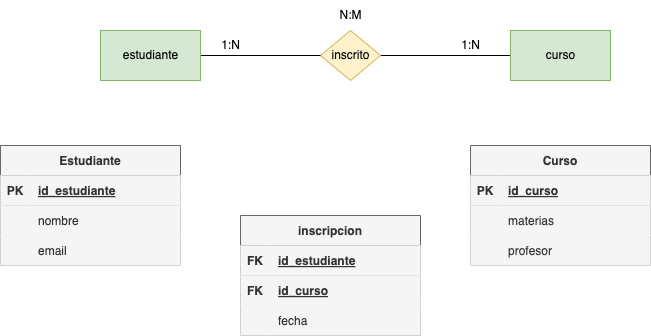
deylansystem/actividadesBAE keeps this draw.io diagram as tareas/tarea-3/images/ejercicio21.drawio.png. Above is the earlier version. Source tidied: cells renumbered, new cells last; positions are measured from the earlier drawing's top-left corner, leaving out a move shared by most shapes. Its diagram source:
```xml
<mxGraphModel>
  <root>
    <mxCell id="0" />
    <mxCell id="1" parent="0" />
    <mxCell id="2" value="1:N" style="text;html=1;align=center;verticalAlign=middle;strokeColor=none;fillColor=none;" parent="1" vertex="1">
      <mxGeometry x="210" y="30" width="40" height="30" as="geometry" />
    </mxCell>
    <mxCell id="3" value="1:N" style="text;html=1;align=center;verticalAlign=middle;strokeColor=none;fillColor=none;" parent="1" vertex="1">
      <mxGeometry x="450" y="30" width="40" height="30" as="geometry" />
    </mxCell>
    <mxCell id="4" style="edgeStyle=none;html=1;exitX=1;exitY=0.5;exitDx=0;exitDy=0;entryX=0;entryY=0.5;entryDx=0;entryDy=0;endArrow=none;endFill=0;" parent="1" edge="1" source="5" target="9">
      <mxGeometry relative="1" as="geometry" />
    </mxCell>
    <mxCell id="5" value="inscrito" style="shape=rhombus;html=1;dashed=0;whitespace=wrap;perimeter=rhombusPerimeter;fillColor=#fff2cc;strokeColor=#d6b656;fontColor=#050505;" parent="1" vertex="1">
      <mxGeometry x="320" y="30" width="60" height="50" as="geometry" />
    </mxCell>
    <mxCell id="6" value="N:M" style="text;html=1;align=center;verticalAlign=middle;strokeColor=none;fillColor=none;" parent="1" vertex="1">
      <mxGeometry x="325" width="50" height="30" as="geometry" />
    </mxCell>
    <mxCell id="7" style="edgeStyle=none;html=1;exitX=1;exitY=0.5;exitDx=0;exitDy=0;entryX=0;entryY=0.5;entryDx=0;entryDy=0;endArrow=none;endFill=0;" parent="1" edge="1" source="8" target="5">
      <mxGeometry relative="1" as="geometry" />
    </mxCell>
    <mxCell id="8" value="estudiante" style="html=1;dashed=0;whitespace=wrap;fillColor=#d5e8d4;strokeColor=#82b366;fontColor=#050505;" parent="1" vertex="1">
      <mxGeometry x="100" y="30" width="100" height="50" as="geometry" />
    </mxCell>
    <mxCell id="9" value="curso" style="html=1;dashed=0;whitespace=wrap;fillColor=#d5e8d4;strokeColor=#82b366;fontColor=#050505;" parent="1" vertex="1">
      <mxGeometry x="510" y="30" width="100" height="50" as="geometry" />
    </mxCell>
    <mxCell id="10" value="Estudiante" style="shape=table;startSize=30;rowLines=0;fontStyle=1;align=center;fontColor=#333333;labelBackgroundColor=none;fillColor=#f5f5f5;strokeColor=#666666;" parent="1" vertex="1">
      <mxGeometry y="145" width="180" height="120" as="geometry" />
    </mxCell>
    <mxCell id="11" style="shape=tableRow;horizontal=0;startSize=0;swimlaneHead=0;swimlaneBody=0;fillColor=#f5f5f5;points=[[0,0.5],[1,0.5]];portConstraint=eastwest;top=0;left=0;right=0;bottom=1;fontColor=#333333;labelBackgroundColor=none;strokeColor=#666666;" parent="10" vertex="1">
      <mxGeometry y="30" width="180" height="30" as="geometry" />
    </mxCell>
    <mxCell id="12" value="PK" style="shape=partialRectangle;fillColor=#f5f5f5;top=0;left=0;bottom=0;right=0;fontStyle=1;overflow=hidden;fontColor=#333333;labelBackgroundColor=none;strokeColor=#666666;" parent="11" vertex="1">
      <mxGeometry width="30" height="30" as="geometry" />
    </mxCell>
    <mxCell id="13" value="id_estudiante" style="shape=partialRectangle;fillColor=#f5f5f5;top=0;left=0;bottom=0;right=0;align=left;spacingLeft=6;fontStyle=5;overflow=hidden;fontColor=#333333;labelBackgroundColor=none;strokeColor=#666666;" parent="11" vertex="1">
      <mxGeometry x="30" width="150" height="30" as="geometry" />
    </mxCell>
    <mxCell id="14" style="shape=tableRow;horizontal=0;startSize=0;swimlaneHead=0;swimlaneBody=0;fillColor=#f5f5f5;top=0;left=0;right=0;bottom=0;fontColor=#333333;labelBackgroundColor=none;strokeColor=#666666;" parent="10" vertex="1">
      <mxGeometry y="60" width="180" height="30" as="geometry" />
    </mxCell>
    <mxCell id="15" style="shape=partialRectangle;fillColor=#f5f5f5;top=0;left=0;bottom=0;right=0;overflow=hidden;fontColor=#333333;labelBackgroundColor=none;strokeColor=#666666;" parent="14" vertex="1">
      <mxGeometry width="30" height="30" as="geometry" />
    </mxCell>
    <mxCell id="16" value="nombre" style="shape=partialRectangle;fillColor=#f5f5f5;top=0;left=0;bottom=0;right=0;align=left;spacingLeft=6;overflow=hidden;fontColor=#333333;labelBackgroundColor=none;strokeColor=#666666;" parent="14" vertex="1">
      <mxGeometry x="30" width="150" height="30" as="geometry" />
    </mxCell>
    <mxCell id="17" style="shape=tableRow;horizontal=0;startSize=0;swimlaneHead=0;swimlaneBody=0;fillColor=#f5f5f5;top=0;left=0;right=0;bottom=0;fontColor=#333333;labelBackgroundColor=none;strokeColor=#666666;" parent="10" vertex="1">
      <mxGeometry y="90" width="180" height="30" as="geometry" />
    </mxCell>
    <mxCell id="18" style="shape=partialRectangle;fillColor=#f5f5f5;top=0;left=0;bottom=0;right=0;overflow=hidden;fontColor=#333333;labelBackgroundColor=none;strokeColor=#666666;" parent="17" vertex="1">
      <mxGeometry width="30" height="30" as="geometry" />
    </mxCell>
    <mxCell id="19" value="email" style="shape=partialRectangle;fillColor=#f5f5f5;top=0;left=0;bottom=0;right=0;align=left;spacingLeft=6;overflow=hidden;fontColor=#333333;labelBackgroundColor=none;strokeColor=#666666;" parent="17" vertex="1">
      <mxGeometry x="30" width="150" height="30" as="geometry" />
    </mxCell>
    <mxCell id="20" value="Curso" style="shape=table;startSize=30;rowLines=0;fontStyle=1;align=center;fontColor=#333333;labelBackgroundColor=none;fillColor=#f5f5f5;strokeColor=#666666;" parent="1" vertex="1">
      <mxGeometry x="470" y="145" width="180" height="120" as="geometry" />
    </mxCell>
    <mxCell id="21" style="shape=tableRow;horizontal=0;startSize=0;swimlaneHead=0;swimlaneBody=0;fillColor=#f5f5f5;points=[[0,0.5],[1,0.5]];portConstraint=eastwest;top=0;left=0;right=0;bottom=1;fontColor=#333333;labelBackgroundColor=none;strokeColor=#666666;" parent="20" vertex="1">
      <mxGeometry y="30" width="180" height="30" as="geometry" />
    </mxCell>
    <mxCell id="22" value="PK" style="shape=partialRectangle;fillColor=#f5f5f5;top=0;left=0;bottom=0;right=0;fontStyle=1;overflow=hidden;fontColor=#333333;labelBackgroundColor=none;strokeColor=#666666;" parent="21" vertex="1">
      <mxGeometry width="30" height="30" as="geometry" />
    </mxCell>
    <mxCell id="23" value="id_curso" style="shape=partialRectangle;fillColor=#f5f5f5;top=0;left=0;bottom=0;right=0;align=left;spacingLeft=6;fontStyle=5;overflow=hidden;fontColor=#333333;labelBackgroundColor=none;strokeColor=#666666;" parent="21" vertex="1">
      <mxGeometry x="30" width="150" height="30" as="geometry" />
    </mxCell>
    <mxCell id="24" style="shape=tableRow;horizontal=0;startSize=0;swimlaneHead=0;swimlaneBody=0;fillColor=#f5f5f5;top=0;left=0;right=0;bottom=0;fontColor=#333333;labelBackgroundColor=none;strokeColor=#666666;" parent="20" vertex="1">
      <mxGeometry y="60" width="180" height="30" as="geometry" />
    </mxCell>
    <mxCell id="25" style="shape=partialRectangle;fillColor=#f5f5f5;top=0;left=0;bottom=0;right=0;overflow=hidden;fontColor=#333333;labelBackgroundColor=none;strokeColor=#666666;" parent="24" vertex="1">
      <mxGeometry width="30" height="30" as="geometry" />
    </mxCell>
    <mxCell id="26" value="materias" style="shape=partialRectangle;fillColor=#f5f5f5;top=0;left=0;bottom=0;right=0;align=left;spacingLeft=6;overflow=hidden;fontColor=#333333;labelBackgroundColor=none;strokeColor=#666666;" parent="24" vertex="1">
      <mxGeometry x="30" width="150" height="30" as="geometry" />
    </mxCell>
    <mxCell id="27" style="shape=tableRow;horizontal=0;startSize=0;swimlaneHead=0;swimlaneBody=0;fillColor=#f5f5f5;top=0;left=0;right=0;bottom=0;fontColor=#333333;labelBackgroundColor=none;strokeColor=#666666;" parent="20" vertex="1">
      <mxGeometry y="90" width="180" height="30" as="geometry" />
    </mxCell>
    <mxCell id="28" style="shape=partialRectangle;fillColor=#f5f5f5;top=0;left=0;bottom=0;right=0;overflow=hidden;fontColor=#333333;labelBackgroundColor=none;strokeColor=#666666;" parent="27" vertex="1">
      <mxGeometry width="30" height="30" as="geometry" />
    </mxCell>
    <mxCell id="29" value="profesor" style="shape=partialRectangle;fillColor=#f5f5f5;top=0;left=0;bottom=0;right=0;align=left;spacingLeft=6;overflow=hidden;fontColor=#333333;labelBackgroundColor=none;strokeColor=#666666;" parent="27" vertex="1">
      <mxGeometry x="30" width="150" height="30" as="geometry" />
    </mxCell>
    <mxCell id="30" value="inscripcion" style="shape=table;startSize=30;rowLines=0;fontStyle=1;align=center;fontColor=#333333;labelBackgroundColor=none;fillColor=#f5f5f5;strokeColor=#666666;" parent="1" vertex="1">
      <mxGeometry x="240" y="215" width="180" height="120" as="geometry" />
    </mxCell>
    <mxCell id="31" style="shape=tableRow;horizontal=0;startSize=0;swimlaneHead=0;swimlaneBody=0;fillColor=#f5f5f5;points=[[0,0.5],[1,0.5]];portConstraint=eastwest;top=0;left=0;right=0;bottom=1;fontColor=#333333;labelBackgroundColor=none;strokeColor=#666666;" parent="30" vertex="1">
      <mxGeometry y="30" width="180" height="30" as="geometry" />
    </mxCell>
    <mxCell id="32" value="FK" style="shape=partialRectangle;fillColor=#f5f5f5;top=0;left=0;bottom=0;right=0;fontStyle=1;overflow=hidden;fontColor=#333333;labelBackgroundColor=none;strokeColor=#666666;" parent="31" vertex="1">
      <mxGeometry width="30" height="30" as="geometry" />
    </mxCell>
    <mxCell id="33" value="id_estudiante" style="shape=partialRectangle;fillColor=#f5f5f5;top=0;left=0;bottom=0;right=0;align=left;spacingLeft=6;fontStyle=5;overflow=hidden;fontColor=#333333;labelBackgroundColor=none;strokeColor=#666666;" parent="31" vertex="1">
      <mxGeometry x="30" width="150" height="30" as="geometry" />
    </mxCell>
    <mxCell id="34" style="shape=tableRow;horizontal=0;startSize=0;swimlaneHead=0;swimlaneBody=0;fillColor=#f5f5f5;points=[[0,0.5],[1,0.5]];portConstraint=eastwest;top=0;left=0;right=0;bottom=0;fontColor=#333333;labelBackgroundColor=none;strokeColor=#666666;" parent="30" vertex="1">
      <mxGeometry y="60" width="180" height="30" as="geometry" />
    </mxCell>
    <mxCell id="35" value="FK" style="shape=partialRectangle;fillColor=#f5f5f5;top=0;left=0;bottom=0;right=0;overflow=hidden;fontStyle=1;fontColor=#333333;labelBackgroundColor=none;strokeColor=#666666;" parent="34" vertex="1">
      <mxGeometry width="30" height="30" as="geometry" />
    </mxCell>
    <mxCell id="36" value="id_curso" style="shape=partialRectangle;fillColor=#f5f5f5;top=0;left=0;bottom=0;right=0;align=left;spacingLeft=6;overflow=hidden;fontStyle=5;fontColor=#333333;labelBackgroundColor=none;strokeColor=#666666;" parent="34" vertex="1">
      <mxGeometry x="30" width="150" height="30" as="geometry" />
    </mxCell>
    <mxCell id="37" style="shape=tableRow;horizontal=0;startSize=0;swimlaneHead=0;swimlaneBody=0;fillColor=#f5f5f5;top=0;left=0;right=0;bottom=0;fontColor=#333333;labelBackgroundColor=none;strokeColor=#666666;" parent="30" vertex="1">
      <mxGeometry y="90" width="180" height="30" as="geometry" />
    </mxCell>
    <mxCell id="38" style="shape=partialRectangle;fillColor=#f5f5f5;top=0;left=0;bottom=0;right=0;overflow=hidden;fontColor=#333333;labelBackgroundColor=none;strokeColor=#666666;" parent="37" vertex="1">
      <mxGeometry width="30" height="30" as="geometry" />
    </mxCell>
    <mxCell id="39" value="fecha" style="shape=partialRectangle;fillColor=#f5f5f5;top=0;left=0;bottom=0;right=0;align=left;spacingLeft=6;overflow=hidden;fontColor=#333333;labelBackgroundColor=none;strokeColor=#666666;" parent="37" vertex="1">
      <mxGeometry x="30" width="150" height="30" as="geometry" />
    </mxCell>
    <mxCell id="40" style="edgeStyle=orthogonalEdgeStyle;html=1;exitX=1;exitY=0.5;exitDx=0;exitDy=0;entryX=0;entryY=0.5;entryDx=0;entryDy=0;fontColor=#050505;labelBackgroundColor=none;fillColor=#f5f5f5;strokeColor=#ffffff;endArrow=none;endFill=0;" parent="1" edge="1" source="11" target="31">
      <mxGeometry relative="1" as="geometry" />
    </mxCell>
    <mxCell id="41" style="edgeStyle=orthogonalEdgeStyle;html=1;exitX=0;exitY=0.5;exitDx=0;exitDy=0;entryX=1;entryY=0.8;entryDx=0;entryDy=0;entryPerimeter=0;fontColor=#050505;labelBackgroundColor=none;fillColor=#f5f5f5;strokeColor=#ffffff;endArrow=none;endFill=0;" parent="1" edge="1" source="21" target="34">
      <mxGeometry relative="1" as="geometry" />
    </mxCell>
  </root>
</mxGraphModel>
```
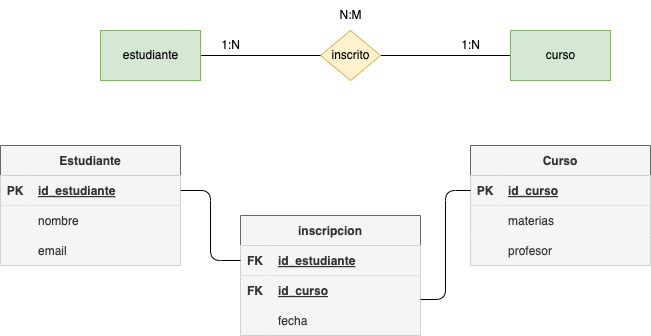
After the change.

Diff of the diagram source:
```diff
@@ -116,10 +116,10 @@
     <mxCell id="39" value="fecha" style="shape=partialRectangle;fillColor=#f5f5f5;top=0;left=0;bottom=0;right=0;align=left;spacingLeft=6;overflow=hidden;fontColor=#333333;labelBackgroundColor=none;strokeColor=#666666;" parent="37" vertex="1">
       <mxGeometry x="30" width="150" height="30" as="geometry" />
     </mxCell>
-    <mxCell id="40" style="edgeStyle=orthogonalEdgeStyle;html=1;exitX=1;exitY=0.5;exitDx=0;exitDy=0;entryX=0;entryY=0.5;entryDx=0;entryDy=0;fontColor=#050505;labelBackgroundColor=none;fillColor=#f5f5f5;strokeColor=#ffffff;endArrow=none;endFill=0;" parent="1" edge="1" source="11" target="31">
+    <mxCell id="40" style="edgeStyle=orthogonalEdgeStyle;html=1;exitX=1;exitY=0.5;exitDx=0;exitDy=0;entryX=0;entryY=0.5;entryDx=0;entryDy=0;fontColor=#050505;labelBackgroundColor=none;fillColor=#f5f5f5;strokeColor=#030303;endArrow=none;endFill=0;" parent="1" edge="1" source="11" target="31">
       <mxGeometry relative="1" as="geometry" />
     </mxCell>
-    <mxCell id="41" style="edgeStyle=orthogonalEdgeStyle;html=1;exitX=0;exitY=0.5;exitDx=0;exitDy=0;entryX=1;entryY=0.8;entryDx=0;entryDy=0;entryPerimeter=0;fontColor=#050505;labelBackgroundColor=none;fillColor=#f5f5f5;strokeColor=#ffffff;endArrow=none;endFill=0;" parent="1" edge="1" source="21" target="34">
+    <mxCell id="41" style="edgeStyle=orthogonalEdgeStyle;html=1;exitX=0;exitY=0.5;exitDx=0;exitDy=0;entryX=1;entryY=0.8;entryDx=0;entryDy=0;entryPerimeter=0;fontColor=#050505;labelBackgroundColor=none;fillColor=#f5f5f5;strokeColor=#030303;endArrow=none;endFill=0;" parent="1" edge="1" source="21" target="34">
       <mxGeometry relative="1" as="geometry" />
     </mxCell>
   </root>
```
